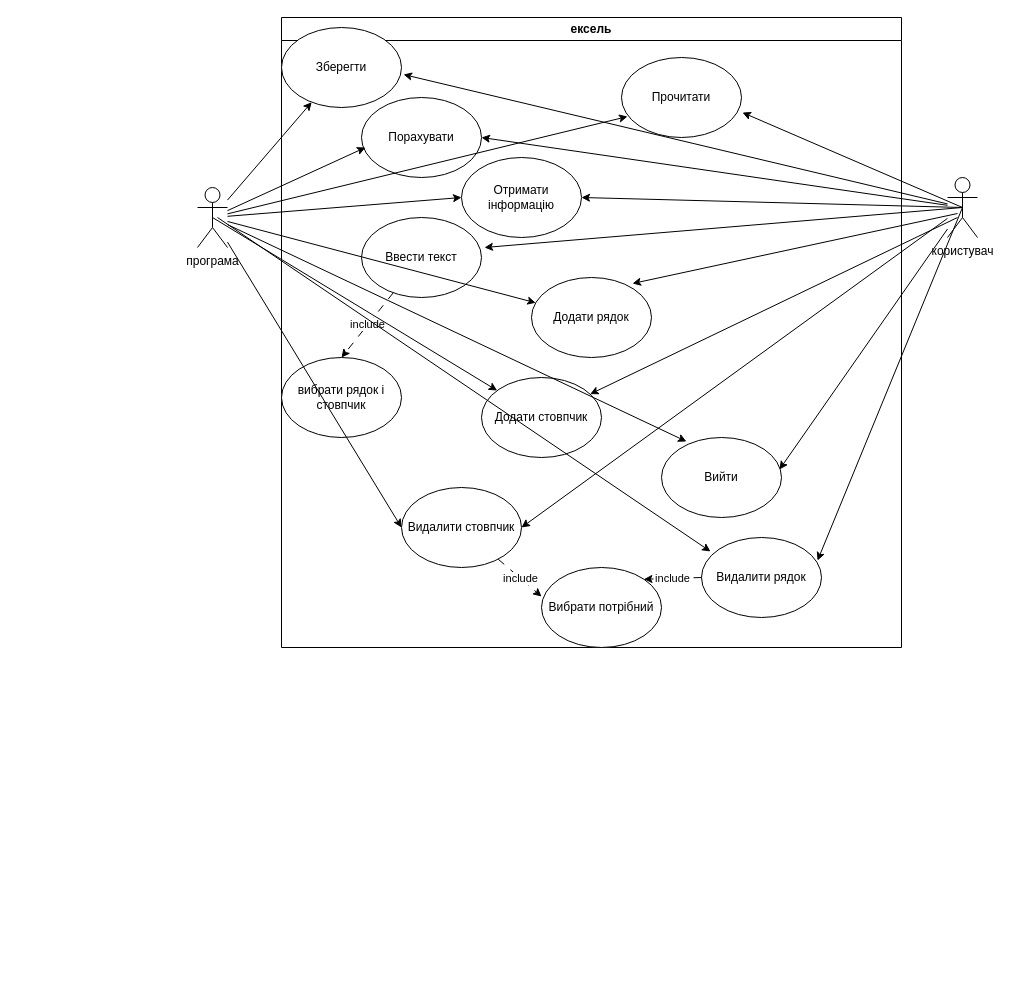
The draw.io diagram lr1.drawio in DegWar5442/oop, before the edit. Source tidied: cells renumbered, new cells numbered last; positions are measured from the earlier drawing's top-left corner, leaving out a move shared by most shapes. Both pictures are drawn from the tidied source at 100%, with x=0, y=0 at pixel (197, 17).
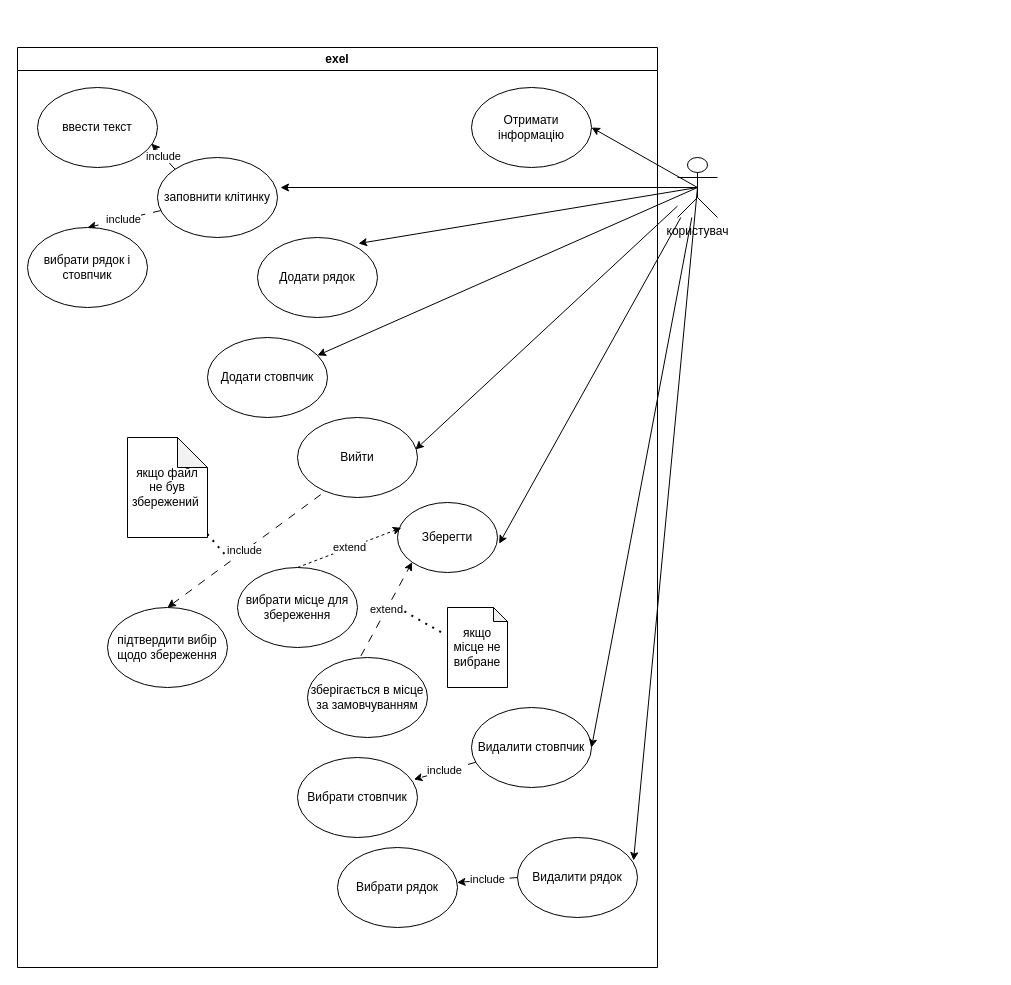
The same diagram, later.

What changed in the source:
```diff
@@
-    <mxCell id="2" value="ексель" style="swimlane;whiteSpace=wrap;html=1;" parent="1" vertex="1">
-      <mxGeometry x="84" width="620" height="630" as="geometry" />
+    <mxCell id="2" value="exel" style="swimlane;whiteSpace=wrap;html=1;" parent="1" vertex="1">
+      <mxGeometry x="-180" y="30" width="640" height="920" as="geometry" />
     </mxCell>
     <mxCell id="3" value="Зберегти" style="ellipse;whiteSpace=wrap;html=1;" parent="2" vertex="1">
-      <mxGeometry y="10" width="120" height="80" as="geometry" />
+      <mxGeometry x="380" y="455" width="100" height="70" as="geometry" />
     </mxCell>
     <mxCell id="4" value="Вийти" style="ellipse;whiteSpace=wrap;html=1;" parent="2" vertex="1">
-      <mxGeometry x="380" y="420" width="120" height="80" as="geometry" />
+      <mxGeometry x="280" y="370" width="120" height="80" as="geometry" />
     </mxCell>
-    <mxCell id="5" value="Порахувати" style="ellipse;whiteSpace=wrap;html=1;" parent="2" vertex="1">
-      <mxGeometry x="80" y="80" width="120" height="80" as="geometry" />
-    </mxCell>
     <mxCell id="6" value="Отримати інформацію" style="ellipse;whiteSpace=wrap;html=1;" parent="2" vertex="1">
-      <mxGeometry x="180" y="140" width="120" height="80" as="geometry" />
+      <mxGeometry x="454" y="40" width="120" height="80" as="geometry" />
     </mxCell>
     <mxCell id="7" value="Додати рядок" style="ellipse;whiteSpace=wrap;html=1;" parent="2" vertex="1">
-      <mxGeometry x="250" y="260" width="120" height="80" as="geometry" />
+      <mxGeometry x="240" y="190" width="120" height="80" as="geometry" />
     </mxCell>
     <mxCell id="8" value="Додати стовпчик" style="ellipse;whiteSpace=wrap;html=1;" parent="2" vertex="1">
-      <mxGeometry x="200" y="360" width="120" height="80" as="geometry" />
+      <mxGeometry x="190" y="290" width="120" height="80" as="geometry" />
     </mxCell>
     <mxCell id="9" value="Видалити стовпчик" style="ellipse;whiteSpace=wrap;html=1;" parent="2" vertex="1">
-      <mxGeometry x="120" y="470" width="120" height="80" as="geometry" />
+      <mxGeometry x="454" y="660" width="120" height="80" as="geometry" />
     </mxCell>
     <mxCell id="10" value="Видалити рядок" style="ellipse;whiteSpace=wrap;html=1;" parent="2" vertex="1">
-      <mxGeometry x="420" y="520" width="120" height="80" as="geometry" />
+      <mxGeometry x="500" y="790" width="120" height="80" as="geometry" />
     </mxCell>
-    <mxCell id="11" value="Прочитати" style="ellipse;whiteSpace=wrap;html=1;" parent="2" vertex="1">
-      <mxGeometry x="340" y="40" width="120" height="80" as="geometry" />
-    </mxCell>
@@
     <mxCell id="13" value="вибрати рядок і стовпчик" style="ellipse;whiteSpace=wrap;html=1;" parent="2" vertex="1">
-      <mxGeometry y="340" width="120" height="80" as="geometry" />
+      <mxGeometry x="10" y="180" width="120" height="80" as="geometry" />
     </mxCell>
-    <mxCell id="14" value="include" style="endArrow=classic;html=1;rounded=0;dashed=1;dashPattern=8 8;entryX=0;entryY=0.363;entryDx=0;entryDy=0;entryPerimeter=0;" parent="2" edge="1" source="9" target="16">
+    <mxCell id="14" value="include" style="endArrow=classic;html=1;rounded=0;dashed=1;dashPattern=8 8;entryX=0.97;entryY=0.274;entryDx=0;entryDy=0;entryPerimeter=0;" parent="2" edge="1" source="9" target="16">
       <mxGeometry relative="1" as="geometry" />
     </mxCell>
-    <mxCell id="15" value="include" style="endArrow=classic;html=1;rounded=0;exitX=0;exitY=0.5;exitDx=0;exitDy=0;dashed=1;dashPattern=8 8;entryX=1;entryY=0;entryDx=0;entryDy=0;" parent="2" edge="1" source="10" target="16">
-      <mxGeometry relative="1" as="geometry" />
-    </mxCell>
-    <mxCell id="16" value="Вибрати потрібний" style="ellipse;whiteSpace=wrap;html=1;" parent="2" vertex="1">
-      <mxGeometry x="260" y="550" width="120" height="80" as="geometry" />
+    <mxCell id="16" value="Вибрати стовпчик" style="ellipse;whiteSpace=wrap;html=1;" parent="2" vertex="1">
+      <mxGeometry x="280" y="710" width="120" height="80" as="geometry" />
     </mxCell>
-    <mxCell id="17" value="Ввести текст" style="ellipse;whiteSpace=wrap;html=1;" parent="2" vertex="1">
-      <mxGeometry x="80" y="200" width="120" height="80" as="geometry" />
+    <mxCell id="17" value="заповнити клітинку&lt;br&gt;" style="ellipse;whiteSpace=wrap;html=1;" parent="2" vertex="1">
+      <mxGeometry x="140" y="110" width="120" height="80" as="geometry" />
     </mxCell>
+    <mxCell id="39" value="якщо файл не був збережений&amp;nbsp;" style="shape=note;whiteSpace=wrap;html=1;backgroundOutline=1;darkOpacity=0.05;" parent="2" vertex="1">
+      <mxGeometry x="110" y="390" width="80" height="100" as="geometry" />
+    </mxCell>
+    <mxCell id="40" style="endArrow=none;dashed=1;html=1;dashPattern=1 3;strokeWidth=2;rounded=0;" parent="2" edge="1" source="39">
+      <mxGeometry relative="1" as="geometry">
+        <mxPoint x="210" y="510" as="targetPoint" />
+      </mxGeometry>
+    </mxCell>
+    <mxCell id="41" value="include" style="endArrow=classic;html=1;rounded=0;exitX=0.194;exitY=0.964;exitDx=0;exitDy=0;exitPerimeter=0;dashed=1;dashPattern=8 8;entryX=0.5;entryY=0;entryDx=0;entryDy=0;" parent="2" edge="1" source="4" target="42">
+      <mxGeometry relative="1" as="geometry" />
+    </mxCell>
+    <mxCell id="42" value="підтвердити вибір щодо збереження" style="ellipse;whiteSpace=wrap;html=1;" parent="2" vertex="1">
+      <mxGeometry x="90" y="560" width="120" height="80" as="geometry" />
+    </mxCell>
+    <mxCell id="43" value="extend" style="endArrow=classic;html=1;rounded=0;entryX=0.038;entryY=0.362;entryDx=0;entryDy=0;entryPerimeter=0;dashed=1;exitX=0.5;exitY=0;exitDx=0;exitDy=0;" parent="2" edge="1" source="44" target="3">
+      <mxGeometry relative="1" as="geometry" />
+    </mxCell>
+    <mxCell id="44" value="вибрати місце для збереження" style="ellipse;whiteSpace=wrap;html=1;" parent="2" vertex="1">
+      <mxGeometry x="220" y="520" width="120" height="80" as="geometry" />
+    </mxCell>
+    <mxCell id="45" value="include" style="endArrow=classic;html=1;rounded=0;exitX=0;exitY=0;exitDx=0;exitDy=0;entryX=0.95;entryY=0.701;entryDx=0;entryDy=0;entryPerimeter=0;" parent="2" edge="1" source="17" target="46">
+      <mxGeometry relative="1" as="geometry" />
+    </mxCell>
+    <mxCell id="46" value="ввести текст" style="ellipse;whiteSpace=wrap;html=1;" parent="2" vertex="1">
+      <mxGeometry x="20" y="40" width="120" height="80" as="geometry" />
+    </mxCell>
+    <mxCell id="47" value="якщо місце не вибране" style="shape=note;whiteSpace=wrap;html=1;backgroundOutline=1;darkOpacity=0.05;size=14;" parent="2" vertex="1">
+      <mxGeometry x="430" y="560" width="60" height="80" as="geometry" />
+    </mxCell>
+    <mxCell id="48" style="endArrow=none;dashed=1;html=1;dashPattern=1 3;strokeWidth=2;rounded=0;entryX=-0.051;entryY=0.333;entryDx=0;entryDy=0;entryPerimeter=0;" parent="2" edge="1" target="47">
+      <mxGeometry relative="1" as="geometry">
+        <mxPoint x="380" y="560" as="sourcePoint" />
+      </mxGeometry>
+    </mxCell>
+    <mxCell id="49" value="Вибрати рядок" style="ellipse;whiteSpace=wrap;html=1;" parent="2" vertex="1">
+      <mxGeometry x="320" y="800" width="120" height="80" as="geometry" />
+    </mxCell>
+    <mxCell id="15" value="include" style="endArrow=classic;html=1;rounded=0;exitX=0;exitY=0.5;exitDx=0;exitDy=0;dashed=1;dashPattern=8 8;" parent="2" edge="1" source="10" target="49">
+      <mxGeometry relative="1" as="geometry" />
+    </mxCell>
+    <mxCell id="50" value="extend" style="endArrow=classic;html=1;rounded=0;entryX=0;entryY=1;entryDx=0;entryDy=0;dashed=1;dashPattern=8 8;exitX=0.445;exitY=-0.02;exitDx=0;exitDy=0;exitPerimeter=0;" parent="2" edge="1" source="51" target="3">
+      <mxGeometry relative="1" as="geometry" />
+    </mxCell>
+    <mxCell id="51" value="зберігається в місце за замовчуванням" style="ellipse;whiteSpace=wrap;html=1;" parent="2" vertex="1">
+      <mxGeometry x="290" y="610" width="120" height="80" as="geometry" />
+    </mxCell>
     <mxCell id="18" value="користувач" style="shape=umlActor;verticalLabelPosition=bottom;verticalAlign=top;html=1;outlineConnect=0;" parent="1" vertex="1">
-      <mxGeometry x="750" y="160" width="30" height="60" as="geometry" />
+      <mxGeometry x="480" y="140" width="40" height="60" as="geometry" />
     </mxCell>
-    <mxCell id="19" value="програма" style="shape=umlActor;verticalLabelPosition=bottom;verticalAlign=top;html=1;outlineConnect=0;" parent="1" vertex="1">
-      <mxGeometry y="170" width="30" height="60" as="geometry" />
-    </mxCell>
-    <mxCell id="20" style="endArrow=classic;html=1;rounded=0;entryX=1.008;entryY=0.688;entryDx=0;entryDy=0;entryPerimeter=0;exitX=0.5;exitY=0.5;exitDx=0;exitDy=0;exitPerimeter=0;" parent="1" edge="1" source="18" target="11">
-      <mxGeometry relative="1" as="geometry" />
-    </mxCell>
-    <mxCell id="21" style="endArrow=classic;html=1;rounded=0;entryX=0.842;entryY=0.075;entryDx=0;entryDy=0;entryPerimeter=0;" parent="1" edge="1" target="7">
-      <mxGeometry relative="1" as="geometry">
-        <mxPoint x="760" y="196" as="sourcePoint" />
-      </mxGeometry>
+    <mxCell id="21" style="endArrow=classic;html=1;rounded=0;entryX=0.842;entryY=0.075;entryDx=0;entryDy=0;entryPerimeter=0;exitX=0.5;exitY=0.5;exitDx=0;exitDy=0;exitPerimeter=0;" parent="1" edge="1" source="18" target="7">
+      <mxGeometry relative="1" as="geometry" />
     </mxCell>
@@
-    <mxCell id="23" style="endArrow=classic;html=1;rounded=0;entryX=1;entryY=0.5;entryDx=0;entryDy=0;" parent="1" edge="1" source="18" target="5">
-      <mxGeometry relative="1" as="geometry" />
-    </mxCell>
@@
-    <mxCell id="29" style="endArrow=classic;html=1;rounded=0;" parent="1" edge="1" target="8">
-      <mxGeometry relative="1" as="geometry">
-        <mxPoint x="760" y="200" as="sourcePoint" />
-      </mxGeometry>
+    <mxCell id="29" style="endArrow=classic;html=1;rounded=0;exitX=0.5;exitY=0.5;exitDx=0;exitDy=0;exitPerimeter=0;" parent="1" edge="1" source="18" target="8">
+      <mxGeometry relative="1" as="geometry" />
     </mxCell>
-    <mxCell id="30" style="endArrow=classic;html=1;rounded=0;entryX=0;entryY=0.5;entryDx=0;entryDy=0;" parent="1" edge="1" source="19" target="6">
-      <mxGeometry relative="1" as="geometry" />
-    </mxCell>
-    <mxCell id="31" style="endArrow=classic;html=1;rounded=0;exitX=0.5;exitY=0.5;exitDx=0;exitDy=0;exitPerimeter=0;" parent="1" edge="1" source="19" target="8">
-      <mxGeometry relative="1" as="geometry" />
-    </mxCell>
-    <mxCell id="32" style="endArrow=classic;html=1;rounded=0;" parent="1" edge="1" source="19" target="3">
-      <mxGeometry relative="1" as="geometry" />
-    </mxCell>
-    <mxCell id="33" style="endArrow=classic;html=1;rounded=0;entryX=0.033;entryY=0.625;entryDx=0;entryDy=0;entryPerimeter=0;" parent="1" edge="1" source="19" target="5">
-      <mxGeometry relative="1" as="geometry" />
-    </mxCell>
-    <mxCell id="34" style="endArrow=classic;html=1;rounded=0;" parent="1" edge="1" source="19" target="7">
-      <mxGeometry relative="1" as="geometry" />
-    </mxCell>
-    <mxCell id="35" style="endArrow=classic;html=1;rounded=0;entryX=0;entryY=0.5;entryDx=0;entryDy=0;" parent="1" edge="1" source="19" target="9">
-      <mxGeometry relative="1" as="geometry" />
-    </mxCell>
-    <mxCell id="36" style="endArrow=classic;html=1;rounded=0;entryX=0.208;entryY=0.05;entryDx=0;entryDy=0;entryPerimeter=0;" parent="1" edge="1" source="19" target="4">
-      <mxGeometry relative="1" as="geometry" />
-    </mxCell>
-    <mxCell id="37" style="endArrow=classic;html=1;rounded=0;entryX=0.05;entryY=0.738;entryDx=0;entryDy=0;entryPerimeter=0;" parent="1" edge="1" source="19" target="11">
-      <mxGeometry relative="1" as="geometry" />
-    </mxCell>
-    <mxCell id="38" style="endArrow=classic;html=1;rounded=0;entryX=0.075;entryY=0.175;entryDx=0;entryDy=0;entryPerimeter=0;" parent="1" edge="1" target="10">
-      <mxGeometry relative="1" as="geometry">
-        <mxPoint x="20" y="200" as="sourcePoint" />
-      </mxGeometry>
-    </mxCell>
```
